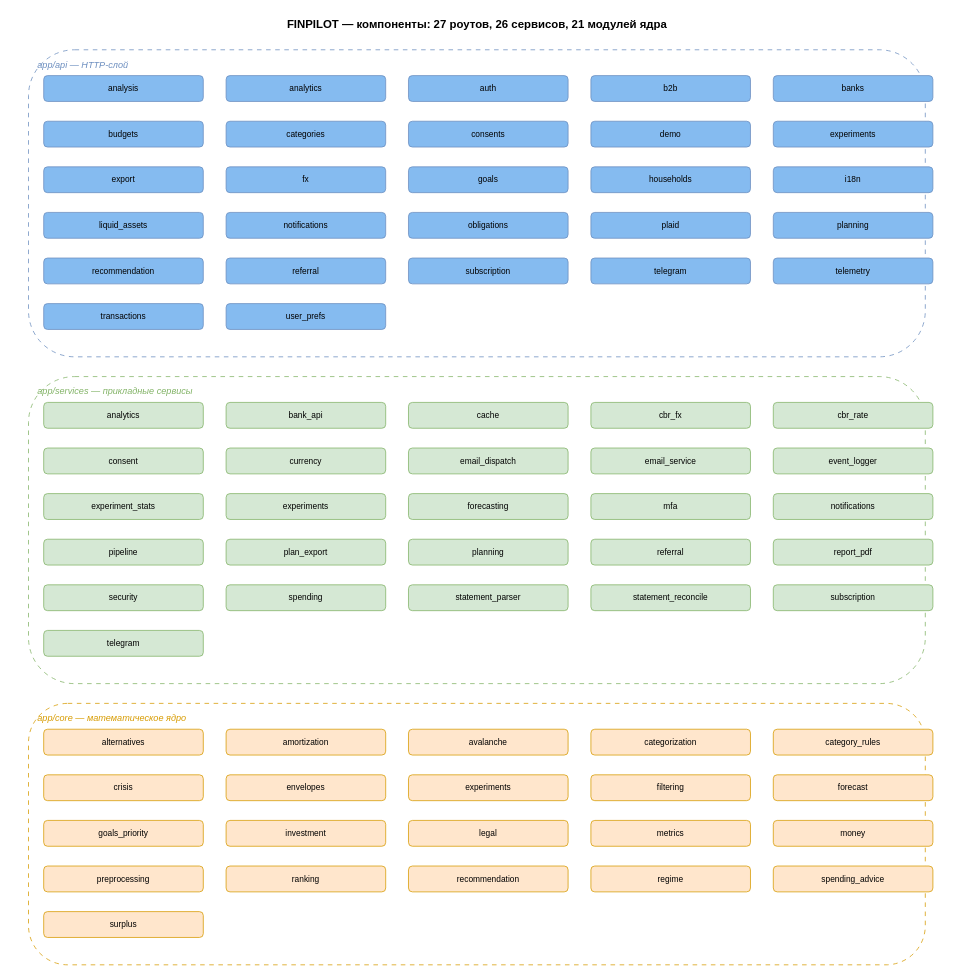
The draw.io diagram docs/diagrams/06_c4_component.drawio in vevdokimovm/personal-finance-dss, before the edit. Source tidied: cells renumbered, new cells numbered last; positions are measured from the earlier drawing's top-left corner, leaving out a move shared by most shapes. Both pictures are drawn from the tidied source at 76%, with x=0, y=0 at pixel (13, 13).
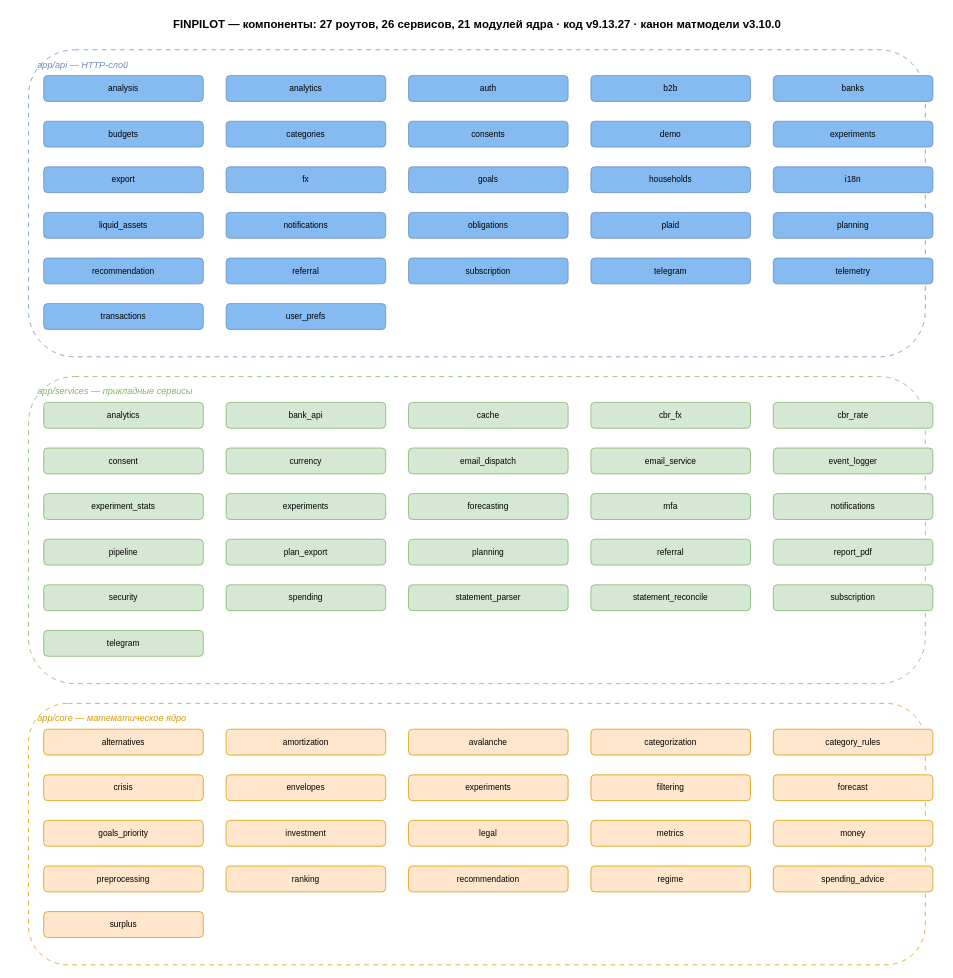
The same page after the edit.

The edit, as a diff of the source:
```diff
@@
-    <mxCell id="2" value="FINPILOT — компоненты: 27 роутов, 26 сервисов, 21 модулей ядра" style="text;html=1;strokeColor=none;fillColor=none;align=center;verticalAlign=middle;fontSize=15;fontStyle=1;" parent="1" vertex="1">
+    <mxCell id="2" value="FINPILOT — компоненты: 27 роутов, 26 сервисов, 21 модулей ядра · код v9.13.27 · канон матмодели v3.10.0" style="text;html=1;strokeColor=none;fillColor=none;align=center;verticalAlign=middle;fontSize=15;fontStyle=1;" parent="1" vertex="1">
       <mxGeometry width="1220" height="28" as="geometry" />
     </mxCell>
```
